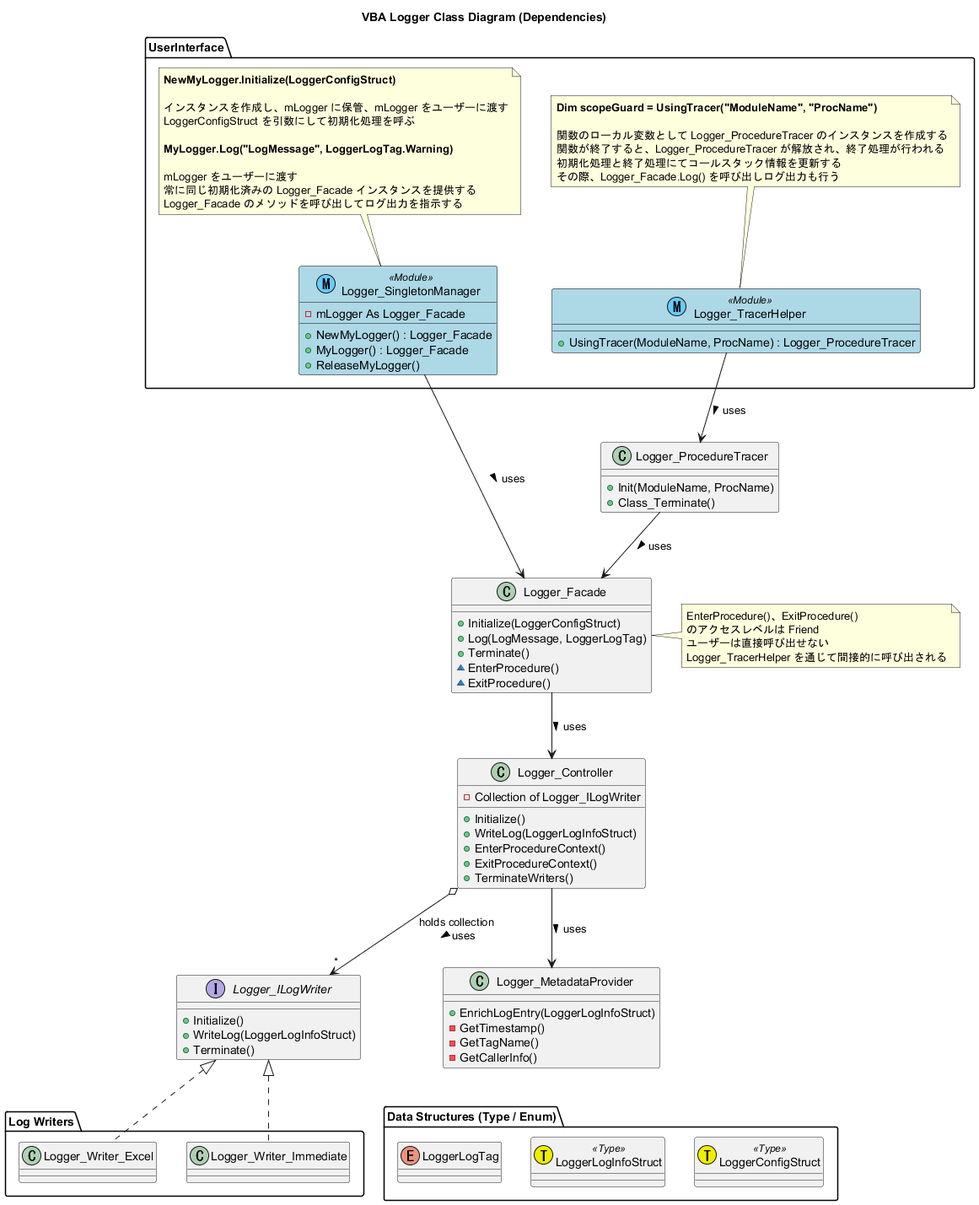
This is docs/クラス図.png from ryuryu333/vba_stack_trace_logger, a PlantUML export, as it was before one commit. Its diagram source:
```plantuml
@startuml クラス図
title VBA Logger Class Diagram (Dependencies)

package UserInterface {
    class Logger_SingletonManager << (M,66CCFF) Module >> #LightBlue ##black {
        - mLogger As Logger_Facade
        + NewMyLogger() : Logger_Facade
        + MyLogger() : Logger_Facade
        + ReleaseMyLogger()
    }
    note top of Logger_SingletonManager
        **NewMyLogger.Initialize(LoggerConfigStruct)**

        インスタンスを作成し、mLogger に保管、mLogger をユーザーに渡す
        LoggerConfigStruct を引数にして初期化処理を呼ぶ

        **MyLogger.Log("LogMessage", LoggerLogTag.Warning)**

        mLogger をユーザーに渡す
        常に同じ初期化済みの Logger_Facade インスタンスを提供する
        Logger_Facade のメソッドを呼び出してログ出力を指示する
    end note

    class Logger_TracerHelper << (M,66CCFF) Module >> #LightBlue ##black {
        + UsingTracer(ModuleName, ProcName) : Logger_ProcedureTracer
    }
    note top of Logger_TracerHelper
        **Dim scopeGuard = UsingTracer("ModuleName", "ProcName")**

        関数のローカル変数として Logger_ProcedureTracer のインスタンスを作成する
        関数が終了すると、Logger_ProcedureTracer が解放され、終了処理が行われる
        初期化処理と終了処理にてコールスタック情報を更新する
        その際、Logger_Facade.Log() を呼び出しログ出力も行う
    end note

}

class Logger_Facade {
    + Initialize(LoggerConfigStruct)
    + Log(LogMessage, LoggerLogTag)
    + Terminate()
    ~ EnterProcedure()
    ~ ExitProcedure()
}
note right of Logger_Facade
    EnterProcedure()、ExitProcedure()
    のアクセスレベルは Friend
    ユーザーは直接呼び出せない
    Logger_TracerHelper を通じて間接的に呼び出される
end note


class Logger_Controller {
    - Collection of Logger_ILogWriter
    + Initialize()
    + WriteLog(LoggerLogInfoStruct)
    + EnterProcedureContext()
    + ExitProcedureContext()
    + TerminateWriters()
}

interface Logger_ILogWriter {
    + Initialize()
    + WriteLog(LoggerLogInfoStruct)
    + Terminate()
}

class Logger_MetadataProvider {
    + EnrichLogEntry(LoggerLogInfoStruct)
    - GetTimestamp()
    - GetTagName()
    - GetCallerInfo()
}

class Logger_ProcedureTracer {
    + Init(ModuleName, ProcName)
    + Class_Terminate()
}

package "Log Writers" {
    class Logger_Writer_Excel {
    }

    class Logger_Writer_Immediate {
    }
}

package "Data Structures (Type / Enum)" {
    struct LoggerConfigStruct << (T,EEEE00) Type >>
    struct LoggerLogInfoStruct << (T,EEEE00) Type >>
    enum LoggerLogTag
}

Logger_SingletonManager --> Logger_Facade : uses >
Logger_Facade --> Logger_Controller : uses >
Logger_Controller --> Logger_MetadataProvider : uses >

Logger_Controller o--> "*" Logger_ILogWriter : holds collection \n uses >
Logger_ILogWriter <|.. Logger_Writer_Excel
Logger_ILogWriter <|.. Logger_Writer_Immediate

Logger_ProcedureTracer --> Logger_Facade : uses >
Logger_TracerHelper --> Logger_ProcedureTracer : uses >

Logger_Controller -[hidden]--> LoggerConfigStruct

@enduml
```
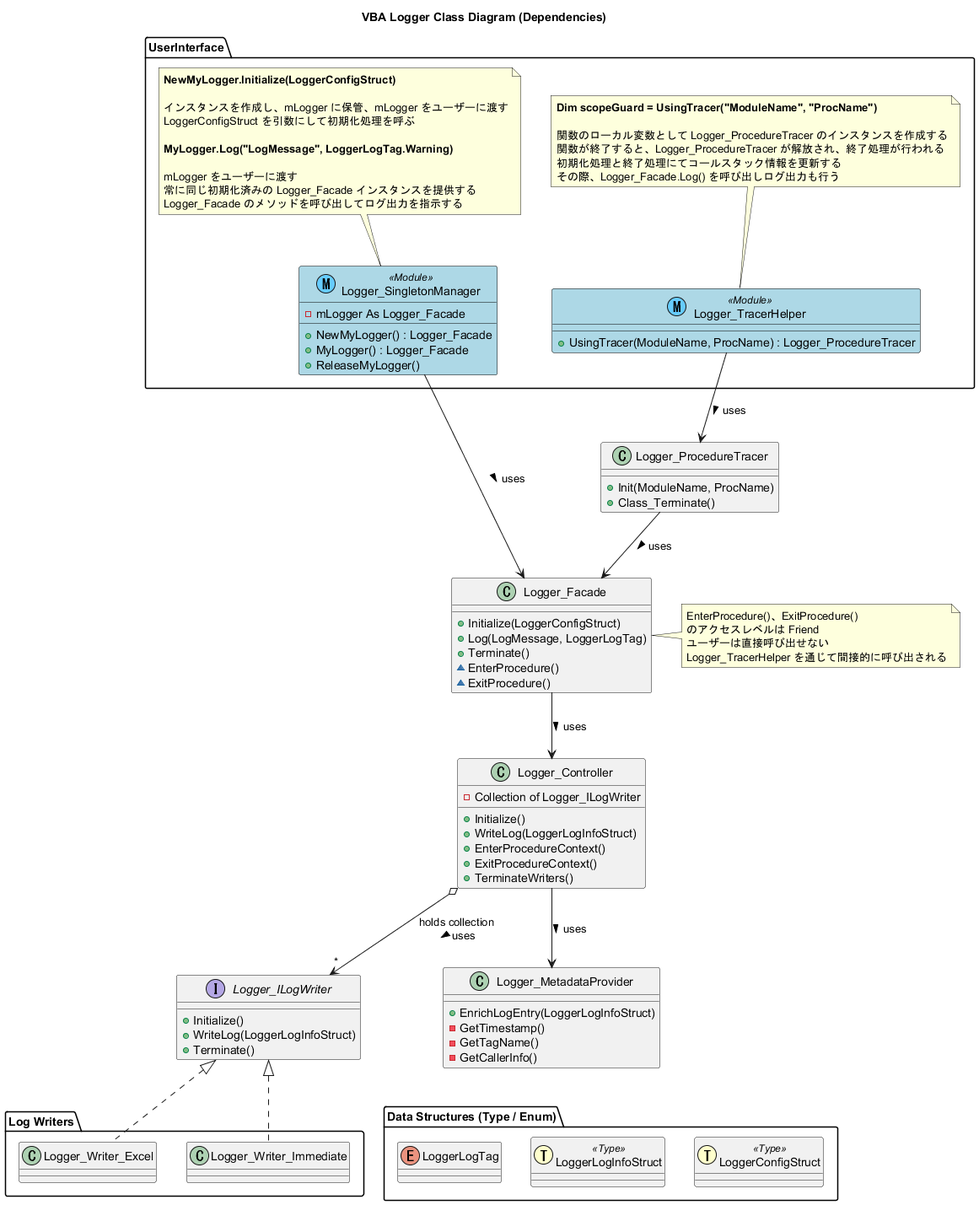
The same diagram one commit later.

Commit message:
色を微調整

The edit, as a diff of the source:
```diff
@@ -86,8 +86,8 @@
 }
 
 package "Data Structures (Type / Enum)" {
-    struct LoggerConfigStruct << (T,EEEE00) Type >>
-    struct LoggerLogInfoStruct << (T,EEEE00) Type >>
+    struct LoggerConfigStruct << (T,FFFFCC) Type >>
+    struct LoggerLogInfoStruct << (T,FFFFCC) Type >>
     enum LoggerLogTag
 }
 
```
